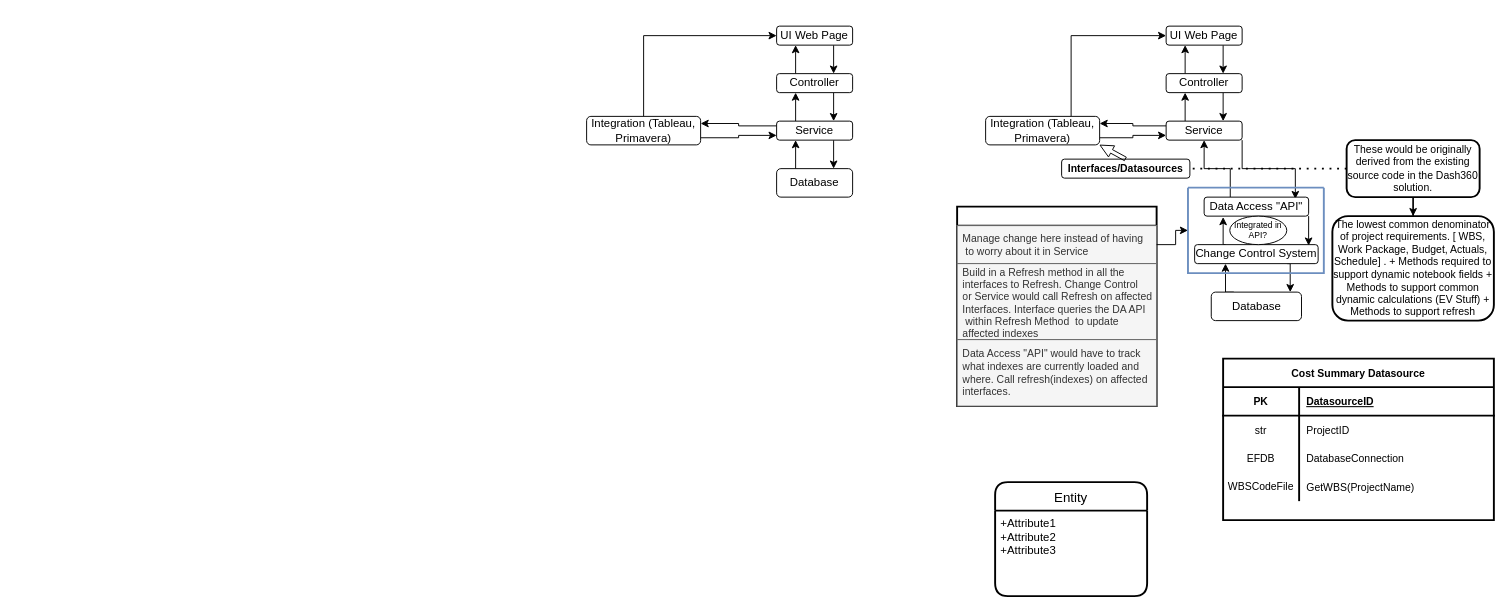
KevinKillman/drawIORepo keeps this draw.io diagram as In Work/Change Control.drawio. Above is the earlier version. Source tidied: cells renumbered, new cells numbered last; positions are measured from the earlier drawing's top-left corner, leaving out a move shared by most shapes. Both pictures are drawn from the tidied source at 95%, with x=0, y=0 at pixel (586, 26).
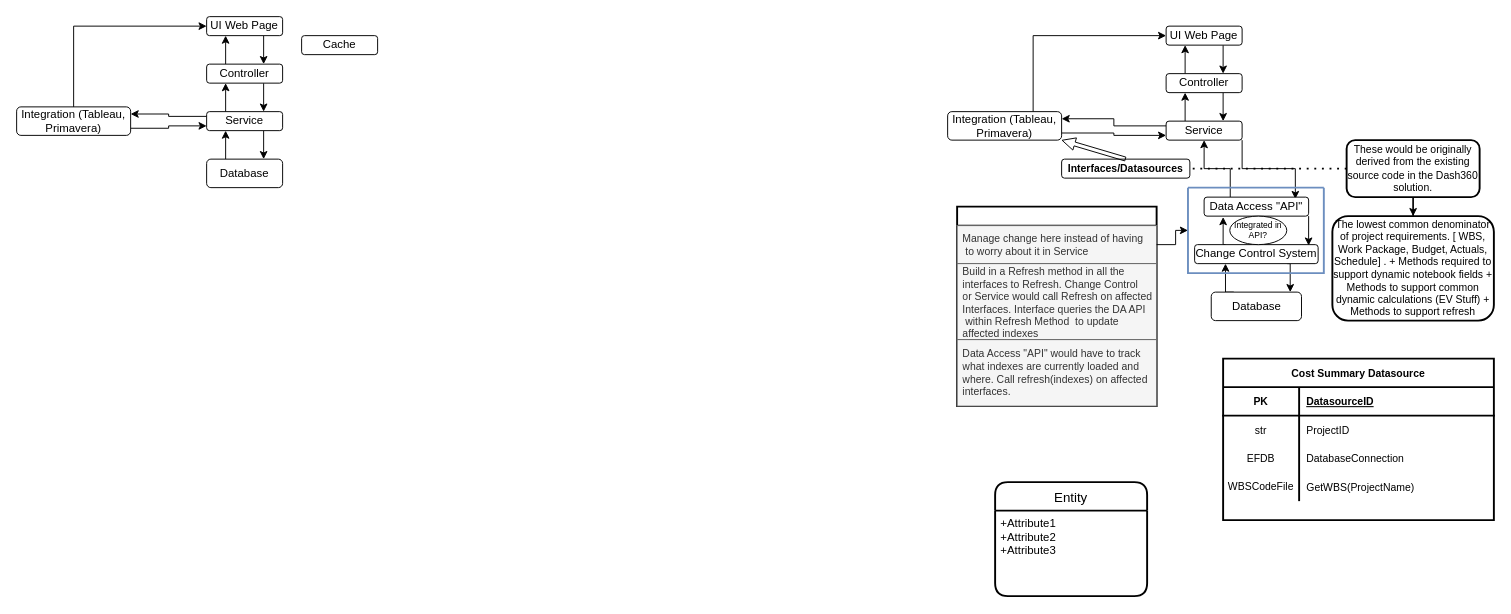
After the change.

Change to the diagram source:
```diff
@@
     <mxCell id="15" value="Integration (Tableau, Primavera)" style="rounded=1;whiteSpace=wrap;html=1;" parent="1" vertex="1">
-      <mxGeometry x="420" y="95" width="120" height="30" as="geometry" />
+      <mxGeometry x="380" y="90" width="120" height="30" as="geometry" />
     </mxCell>
@@
     <mxCell id="23" value="UI Web Page" style="rounded=1;whiteSpace=wrap;html=1;" parent="1" vertex="1">
-      <mxGeometry x="200" width="80" height="20" as="geometry" />
+      <mxGeometry x="-400" y="-10" width="80" height="20" as="geometry" />
     </mxCell>
@@
     <mxCell id="26" value="Controller" style="rounded=1;whiteSpace=wrap;html=1;" parent="1" vertex="1">
-      <mxGeometry x="200" y="50" width="80" height="20" as="geometry" />
+      <mxGeometry x="-400" y="40" width="80" height="20" as="geometry" />
     </mxCell>
@@
     <mxCell id="30" value="Service" style="rounded=1;whiteSpace=wrap;html=1;" parent="1" vertex="1">
-      <mxGeometry x="200" y="100" width="80" height="20" as="geometry" />
+      <mxGeometry x="-400" y="90" width="80" height="20" as="geometry" />
     </mxCell>
@@
     <mxCell id="32" value="Database" style="rounded=1;whiteSpace=wrap;html=1;" parent="1" vertex="1">
-      <mxGeometry x="200" y="150" width="80" height="30" as="geometry" />
+      <mxGeometry x="-400" y="140" width="80" height="30" as="geometry" />
     </mxCell>
@@
     <mxCell id="43" value="Integration (Tableau, Primavera)" style="rounded=1;whiteSpace=wrap;html=1;" parent="1" vertex="1">
-      <mxGeometry y="95" width="120" height="30" as="geometry" />
+      <mxGeometry x="-600" y="85" width="120" height="30" as="geometry" />
     </mxCell>
@@
+    <mxCell id="64" value="Cache" style="rounded=1;whiteSpace=wrap;html=1;" parent="1" vertex="1">
+      <mxGeometry x="-300" y="10" width="80" height="20" as="geometry" />
+    </mxCell>
```
